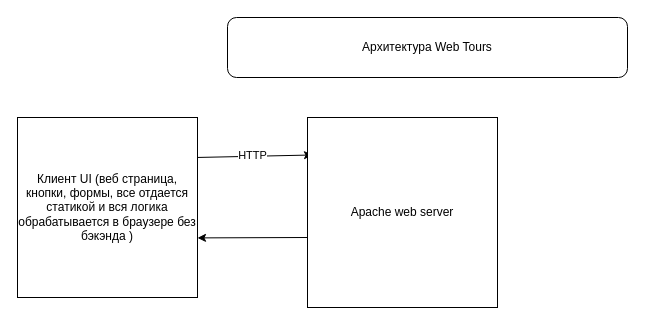
Before: Диаграмма без названия.drawio in KATikhonov/Documents, a draw.io diagram. Source tidied: cells renumbered, new cells numbered last; positions are measured from the earlier drawing's top-left corner, leaving out a move shared by most shapes. Both pictures are drawn from the tidied source at 100%, with x=0, y=0 at pixel (17, 17).
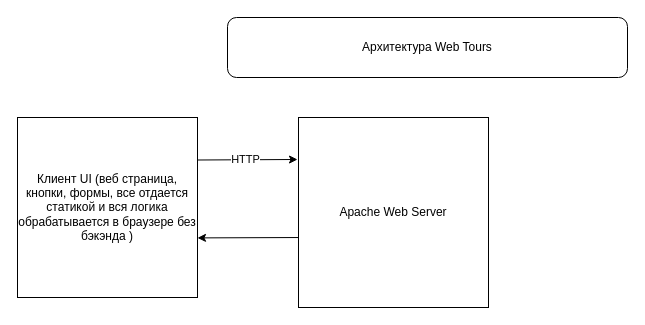
The same page after the edit.

Commit message:
Архитектура Web Tours 1.0.drawio

What changed in the source:
```diff
@@
 <mxGraphModel>
   <root>
     <mxCell id="0" />
     <mxCell id="1" parent="0" />
     <mxCell id="2" value="Клиент UI (веб страница, кнопки, формы, все отдается статикой и вся логика обрабатывается в браузере без бэкэнда )" style="whiteSpace=wrap;html=1;" parent="1" vertex="1">
       <mxGeometry y="100" width="180" height="180" as="geometry" />
     </mxCell>
-    <mxCell id="3" style="endArrow=classic;html=1;rounded=0;exitX=1;exitY=0.222;exitDx=0;exitDy=0;exitPerimeter=0;entryX=0;entryY=0.25;entryDx=0;entryDy=0;" parent="1" edge="1" source="2">
+    <mxCell id="3" style="endArrow=classic;html=1;rounded=0;exitX=1;exitY=0.222;exitDx=0;exitDy=0;exitPerimeter=0;" parent="1" edge="1">
       <mxGeometry relative="1" as="geometry">
-        <mxPoint x="295" y="137.5" as="targetPoint" />
+        <mxPoint x="180" y="142.5" as="sourcePoint" />
+        <mxPoint x="280" y="142" as="targetPoint" />
       </mxGeometry>
     </mxCell>
     <mxCell id="4" value="HTTP" style="edgeLabel;html=1;align=center;verticalAlign=middle;" parent="3" vertex="1">
       <mxGeometry x="-0.05" y="1" relative="1" as="geometry" />
     </mxCell>
     <mxCell id="5" style="endArrow=classic;html=1;rounded=0;entryX=1.022;entryY=0.891;entryDx=0;entryDy=0;entryPerimeter=0;" parent="1" edge="1">
       <mxGeometry relative="1" as="geometry">
         <mxPoint x="290" y="220" as="sourcePoint" />
         <mxPoint x="180" y="220.4" as="targetPoint" />
       </mxGeometry>
     </mxCell>
-    <mxCell id="6" value="Apache web server" style="whiteSpace=wrap;html=1;" parent="1" vertex="1">
-      <mxGeometry x="290" y="100" width="190" height="190" as="geometry" />
+    <mxCell id="6" value="Apache Web Server" style="whiteSpace=wrap;html=1;" parent="1" vertex="1">
+      <mxGeometry x="281" y="100" width="190" height="190" as="geometry" />
     </mxCell>
     <mxCell id="7" value="Архитектура Web Tours" style="rounded=1;whiteSpace=wrap;html=1;" parent="1" vertex="1">
       <mxGeometry x="210" width="400" height="60" as="geometry" />
     </mxCell>
   </root>
 </mxGraphModel>
```
